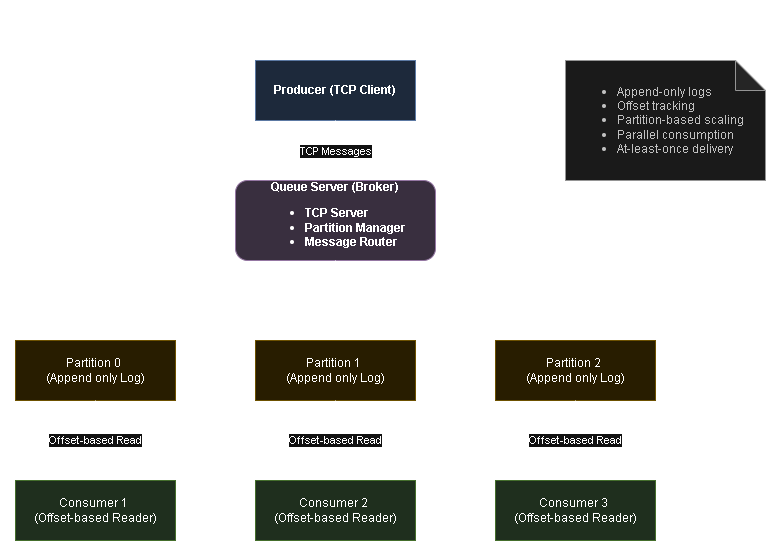
Above: Distributed_Message_Queue_Architecture_Diagram.png in karthik-k11/Distributed-queue-from-scratch (draw.io), before the change. Source tidied: cells renumbered, new cells last; positions are measured from the earlier drawing's top-left corner, leaving out a move shared by most shapes.
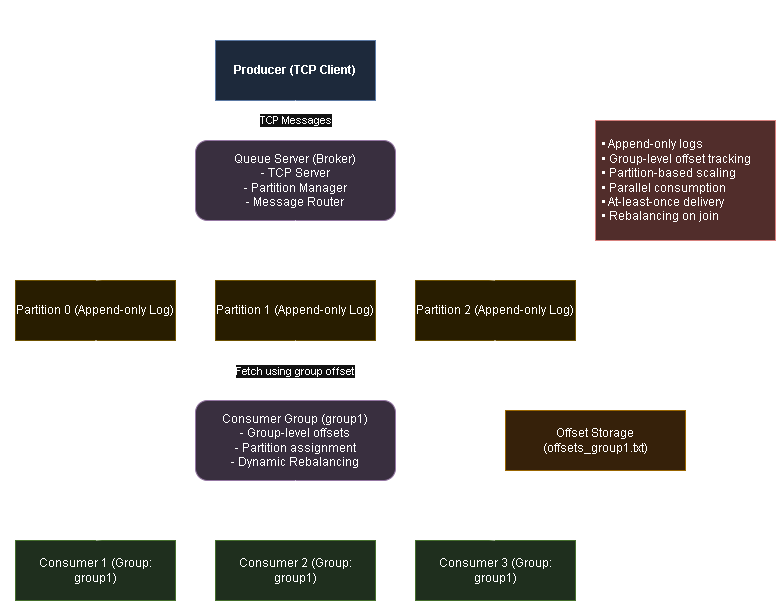
Later version of the same file.

Commit message:
Added architecture diagram with all the final implementation

What changed in the source:
```diff
@@ -3,83 +3,90 @@
     <mxCell id="0" />
     <mxCell id="1" parent="0" />
     <mxCell id="2" value="Producer (TCP Client)" style="rounded=0;whiteSpace=wrap;html=1;fillColor=#dae8fc;strokeColor=#6c8ebf;fontStyle=1;" parent="1" vertex="1">
-      <mxGeometry x="255" y="60" width="160" height="60" as="geometry" />
+      <mxGeometry x="235" y="40" width="160" height="60" as="geometry" />
     </mxCell>
-    <mxCell id="3" value="Queue Server (Broker)&lt;br&gt;&lt;ul&gt;&lt;li style=&quot;text-align: justify;&quot;&gt;TCP Server&lt;/li&gt;&lt;li style=&quot;text-align: justify;&quot;&gt;Partition Manager&lt;/li&gt;&lt;li style=&quot;text-align: justify;&quot;&gt;Message Router&lt;/li&gt;&lt;/ul&gt;" style="rounded=1;whiteSpace=wrap;html=1;fillColor=#e1d5e7;strokeColor=#9673a6;fontStyle=1;" parent="1" vertex="1">
-      <mxGeometry x="235" y="180" width="200" height="80" as="geometry" />
+    <mxCell id="3" value="Queue Server (Broker)&#10;- TCP Server&#10;- Partition Manager&#10;- Message Router" style="rounded=1;whiteSpace=wrap;html=1;fillColor=#e1d5e7;strokeColor=#9673a6;" parent="1" vertex="1">
+      <mxGeometry x="215" y="140" width="200" height="80" as="geometry" />
     </mxCell>
-    <mxCell id="4" value="Partition 0&amp;nbsp;&lt;div&gt;(Append only Log)&lt;/div&gt;" style="rounded=0;whiteSpace=wrap;html=1;fillColor=#fff2cc;strokeColor=#d6b656;" parent="1" vertex="1">
-      <mxGeometry x="15" y="340" width="160" height="60" as="geometry" />
+    <mxCell id="4" value="Partition 0 (Append-only Log)" style="rounded=0;whiteSpace=wrap;html=1;fillColor=#fff2cc;strokeColor=#d6b656;" parent="1" vertex="1">
+      <mxGeometry x="35" y="280" width="160" height="60" as="geometry" />
     </mxCell>
-    <mxCell id="5" value="Partition 1&amp;nbsp;&lt;div&gt;(Append only Log)&lt;/div&gt;" style="rounded=0;whiteSpace=wrap;html=1;fillColor=#fff2cc;strokeColor=#d6b656;" parent="1" vertex="1">
-      <mxGeometry x="255" y="340" width="160" height="60" as="geometry" />
+    <mxCell id="5" value="Partition 1 (Append-only Log)" style="rounded=0;whiteSpace=wrap;html=1;fillColor=#fff2cc;strokeColor=#d6b656;" parent="1" vertex="1">
+      <mxGeometry x="235" y="280" width="160" height="60" as="geometry" />
     </mxCell>
-    <mxCell id="6" value="Partition 2&amp;nbsp;&lt;div&gt;(Append only Log)&lt;/div&gt;" style="rounded=0;whiteSpace=wrap;html=1;fillColor=#fff2cc;strokeColor=#d6b656;" parent="1" vertex="1">
-      <mxGeometry x="495" y="340" width="160" height="60" as="geometry" />
+    <mxCell id="6" value="Partition 2 (Append-only Log)" style="rounded=0;whiteSpace=wrap;html=1;fillColor=#fff2cc;strokeColor=#d6b656;" parent="1" vertex="1">
+      <mxGeometry x="435" y="280" width="160" height="60" as="geometry" />
     </mxCell>
+    <mxCell id="23" style="edgeStyle=orthogonalEdgeStyle;rounded=0;jettySize=auto;html=1;" parent="1" edge="1" source="7" target="11">
+      <mxGeometry relative="1" as="geometry" />
+    </mxCell>
-    <mxCell id="7" value="Consumer 1&amp;nbsp;&lt;div&gt;(Offset-based Reader)&lt;/div&gt;" style="rounded=0;whiteSpace=wrap;html=1;fillColor=#d5e8d4;strokeColor=#82b366;" parent="1" vertex="1">
-      <mxGeometry x="15" y="480" width="160" height="60" as="geometry" />
+    <mxCell id="7" value="Consumer Group (group1)&lt;br&gt;- Group-level offsets&lt;br&gt;- Partition assignment&lt;br&gt;- Dynamic Rebalancing" style="rounded=1;whiteSpace=wrap;html=1;fillColor=#e1d5e7;strokeColor=#9673a6;" parent="1" vertex="1">
+      <mxGeometry x="215" y="400" width="200" height="80" as="geometry" />
     </mxCell>
-    <mxCell id="8" value="Consumer 2&amp;nbsp;&lt;div&gt;(Offset-based Reader)&lt;/div&gt;" style="rounded=0;whiteSpace=wrap;html=1;fillColor=#d5e8d4;strokeColor=#82b366;" parent="1" vertex="1">
-      <mxGeometry x="255" y="480" width="160" height="60" as="geometry" />
+    <mxCell id="8" value="Consumer 1 (Group: group1)" style="rounded=0;whiteSpace=wrap;html=1;fillColor=#d5e8d4;strokeColor=#82b366;" parent="1" vertex="1">
+      <mxGeometry x="35" y="540" width="160" height="60" as="geometry" />
     </mxCell>
-    <mxCell id="9" value="Consumer 3&amp;nbsp;&lt;div&gt;(Offset-based Reader)&lt;/div&gt;" style="rounded=0;whiteSpace=wrap;html=1;fillColor=#d5e8d4;strokeColor=#82b366;" parent="1" vertex="1">
-      <mxGeometry x="495" y="480" width="160" height="60" as="geometry" />
+    <mxCell id="9" value="Consumer 2 (Group: group1)" style="rounded=0;whiteSpace=wrap;html=1;fillColor=#d5e8d4;strokeColor=#82b366;" parent="1" vertex="1">
+      <mxGeometry x="235" y="540" width="160" height="60" as="geometry" />
     </mxCell>
-    <mxCell id="10" value="&lt;div style=&quot;text-align: justify;&quot;&gt;&lt;ul&gt;&lt;li&gt;&lt;span style=&quot;background-color: transparent; color: light-dark(rgb(51, 51, 51), rgb(193, 193, 193));&quot;&gt;Append-only logs&lt;/span&gt;&lt;/li&gt;&lt;li&gt;&lt;span style=&quot;background-color: transparent; color: light-dark(rgb(51, 51, 51), rgb(193, 193, 193));&quot;&gt;Offset tracking&lt;/span&gt;&lt;/li&gt;&lt;li&gt;&lt;span style=&quot;background-color: transparent; color: light-dark(rgb(51, 51, 51), rgb(193, 193, 193));&quot;&gt;Partition-based scaling&lt;/span&gt;&lt;/li&gt;&lt;li&gt;&lt;span style=&quot;background-color: transparent; color: light-dark(rgb(51, 51, 51), rgb(193, 193, 193));&quot;&gt;Parallel consumption&lt;/span&gt;&lt;/li&gt;&lt;li&gt;&lt;span style=&quot;background-color: transparent; color: light-dark(rgb(51, 51, 51), rgb(193, 193, 193));&quot;&gt;At-least-once delivery&lt;/span&gt;&lt;/li&gt;&lt;/ul&gt;&lt;/div&gt;" style="shape=note;whiteSpace=wrap;html=1;backgroundOutline=1;darkOpacity=0.05;fillColor=#f5f5f5;fontColor=#333333;strokeColor=#666666;align=left;spacingLeft=10;" parent="1" vertex="1">
-      <mxGeometry x="565" y="60" width="200" height="120" as="geometry" />
+    <mxCell id="10" value="Consumer 3 (Group: group1)" style="rounded=0;whiteSpace=wrap;html=1;fillColor=#d5e8d4;strokeColor=#82b366;" parent="1" vertex="1">
+      <mxGeometry x="435" y="540" width="160" height="60" as="geometry" />
     </mxCell>
-    <mxCell id="11" value="TCP Messages" style="endArrow=classic;html=1;exitX=0.5;exitY=1;exitDx=0;exitDy=0;entryX=0.5;entryY=0;entryDx=0;entryDy=0;" parent="1" edge="1" source="2" target="3">
-      <mxGeometry relative="1" as="geometry" />
+    <mxCell id="11" value="Offset Storage (offsets_group1.txt)" style="rounded=0;whiteSpace=wrap;html=1;fillColor=#ffe6cc;strokeColor=#d79b00;" parent="1" vertex="1">
+      <mxGeometry x="525" y="410" width="180" height="60" as="geometry" />
     </mxCell>
-    <mxCell id="12" value="Offset-based Read" style="endArrow=classic;html=1;exitX=0.5;exitY=1;exitDx=0;exitDy=0;entryX=0.5;entryY=0;entryDx=0;entryDy=0;" parent="1" edge="1" source="4" target="7">
-      <mxGeometry relative="1" as="geometry" />
-    </mxCell>
+    <mxCell id="24" value="• Append-only logs&#10;• Group-level offset tracking&#10;• Partition-based scaling&#10;• Parallel consumption&#10;• At-least-once delivery&#10;• Rebalancing on join" style="text;html=1;strokeColor=#b85450;fillColor=#f8cecc;align=left;verticalAlign=middle;whiteSpace=wrap;rounded=0;spacingLeft=5;" parent="1" vertex="1">
+      <mxGeometry x="615" y="120" width="180" height="120" as="geometry" />
+    </mxCell>
+    <mxCell id="25" value="TCP Messages" style="endArrow=classic;html=1;exitX=0.5;exitY=1;exitDx=0;exitDy=0;entryX=0.5;entryY=0;entryDx=0;entryDy=0;" parent="1" edge="1" source="2" target="3">
+      <mxGeometry relative="1" as="geometry" />
+    </mxCell>
+    <mxCell id="26" style="endArrow=classic;html=1;exitX=0;exitY=1;exitDx=0;exitDy=0;entryX=0.5;entryY=0;entryDx=0;entryDy=0;" parent="1" edge="1" source="3" target="4">
+      <mxGeometry relative="1" as="geometry" />
+    </mxCell>
-    <mxCell id="13" value="Offset-based Read" style="endArrow=classic;html=1;exitX=0.5;exitY=1;exitDx=0;exitDy=0;entryX=0.5;entryY=0;entryDx=0;entryDy=0;" parent="1" edge="1" source="5" target="8">
+    <mxCell id="13" style="endArrow=classic;html=1;exitX=1;exitY=1;exitDx=0;exitDy=0;entryX=0.5;entryY=0;entryDx=0;entryDy=0;" parent="1" edge="1" source="3" target="6">
       <mxGeometry relative="1" as="geometry" />
     </mxCell>
-    <mxCell id="14" value="Offset-based Read" style="endArrow=classic;html=1;exitX=0.5;exitY=1;exitDx=0;exitDy=0;entryX=0.5;entryY=0;entryDx=0;entryDy=0;" parent="1" edge="1" source="6" target="9">
+    <mxCell id="14" style="endArrow=classic;html=1;exitX=0.5;exitY=1;exitDx=0;exitDy=0;entryX=0;entryY=0;entryDx=0;entryDy=0;" parent="1" edge="1" source="4" target="7">
       <mxGeometry relative="1" as="geometry" />
     </mxCell>
-    <mxCell id="15" style="endArrow=none;html=1;rounded=0;" parent="1" edge="1">
-      <mxGeometry relative="1" as="geometry">
-        <mxPoint x="335" y="280" as="sourcePoint" />
-        <mxPoint x="335" y="260" as="targetPoint" />
-      </mxGeometry>
-    </mxCell>
-    <mxCell id="16" style="endArrow=none;html=1;rounded=0;" parent="1" edge="1">
-      <mxGeometry relative="1" as="geometry">
-        <mxPoint x="95" y="320" as="sourcePoint" />
-        <mxPoint x="575" y="320" as="targetPoint" />
-      </mxGeometry>
-    </mxCell>
-    <mxCell id="17" style="endArrow=classic;html=1;rounded=0;entryX=0.5;entryY=0;entryDx=0;entryDy=0;" parent="1" edge="1" target="6">
-      <mxGeometry relative="1" as="geometry">
-        <mxPoint x="575" y="320" as="sourcePoint" />
-      </mxGeometry>
-    </mxCell>
-    <mxCell id="18" style="endArrow=classic;html=1;rounded=0;entryX=0.5;entryY=0;entryDx=0;entryDy=0;" parent="1" edge="1">
-      <mxGeometry relative="1" as="geometry">
-        <mxPoint x="95" y="320" as="sourcePoint" />
-        <mxPoint x="94.8" y="340" as="targetPoint" />
-      </mxGeometry>
-    </mxCell>
-    <mxCell id="19" style="endArrow=classic;html=1;rounded=0;entryX=0.5;entryY=0;entryDx=0;entryDy=0;" parent="1" edge="1">
-      <mxGeometry relative="1" as="geometry">
-        <mxPoint x="335" y="320" as="sourcePoint" />
-        <mxPoint x="334.8" y="340" as="targetPoint" />
-      </mxGeometry>
-    </mxCell>
-    <mxCell id="20" value="&lt;font style=&quot;font-size: 11px;&quot;&gt;Round Robin&lt;/font&gt;" style="text;html=1;whiteSpace=wrap;strokeColor=none;fillColor=none;align=center;verticalAlign=middle;rounded=0;" parent="1" vertex="1">
-      <mxGeometry x="295" y="280" width="80" height="20" as="geometry" />
-    </mxCell>
-    <mxCell id="21" style="endArrow=none;html=1;rounded=0;" parent="1" edge="1" source="20">
-      <mxGeometry relative="1" as="geometry">
-        <mxPoint x="335" y="320" as="targetPoint" />
-      </mxGeometry>
-    </mxCell>
-    <mxCell id="22" value="&lt;font style=&quot;font-size: 22px;&quot;&gt;&lt;b&gt;Distributed Message Queue Architecture (Kafka-like System)&lt;/b&gt;&lt;/font&gt;" style="text;html=1;whiteSpace=wrap;strokeColor=none;fillColor=none;align=center;verticalAlign=middle;rounded=0;" parent="1" vertex="1">
-      <mxGeometry width="670" height="30" as="geometry" />
-    </mxCell>
+    <mxCell id="27" style="endArrow=classic;html=1;exitX=0.5;exitY=1;exitDx=0;exitDy=0;entryX=0.5;entryY=0;entryDx=0;entryDy=0;" parent="1" edge="1" source="5" target="7">
+      <mxGeometry relative="1" as="geometry" />
+    </mxCell>
+    <mxCell id="28" value="Fetch using group offset" style="edgeLabel;html=1;align=center;verticalAlign=middle;" parent="27" vertex="1">
+      <mxGeometry x="0.01" relative="1" as="geometry" />
+    </mxCell>
+    <mxCell id="29" style="endArrow=classic;html=1;exitX=0.5;exitY=1;exitDx=0;exitDy=0;entryX=1;entryY=0;entryDx=0;entryDy=0;" parent="1" edge="1" source="6" target="7">
+      <mxGeometry relative="1" as="geometry" />
+    </mxCell>
+    <mxCell id="30" style="endArrow=classic;html=1;exitX=0;exitY=1;exitDx=0;exitDy=0;entryX=0.5;entryY=0;entryDx=0;entryDy=0;" parent="1" edge="1" source="7" target="8">
+      <mxGeometry relative="1" as="geometry" />
+    </mxCell>
+    <mxCell id="31" style="endArrow=classic;html=1;exitX=0.5;exitY=1;exitDx=0;exitDy=0;entryX=0.5;entryY=0;entryDx=0;entryDy=0;" parent="1" edge="1" source="7" target="9">
+      <mxGeometry relative="1" as="geometry" />
+    </mxCell>
+    <mxCell id="32" style="endArrow=classic;html=1;exitX=1;exitY=1;exitDx=0;exitDy=0;entryX=0.5;entryY=0;entryDx=0;entryDy=0;" parent="1" edge="1" source="7" target="10">
+      <mxGeometry relative="1" as="geometry" />
+    </mxCell>
+    <mxCell id="33" style="endArrow=none;html=1;rounded=0;" parent="1" edge="1">
+      <mxGeometry relative="1" as="geometry">
+        <mxPoint x="315" y="240" as="sourcePoint" />
+        <mxPoint x="315" y="220" as="targetPoint" />
+      </mxGeometry>
+    </mxCell>
+    <mxCell id="34" value="Round-Robin (partitioning strategy)" style="text;html=1;whiteSpace=wrap;strokeColor=none;fillColor=none;align=center;verticalAlign=middle;rounded=0;" parent="1" vertex="1">
+      <mxGeometry x="215" y="230" width="207.5" height="30" as="geometry" />
+    </mxCell>
+    <mxCell id="35" style="endArrow=classic;html=1;rounded=0;entryX=0.5;entryY=0;entryDx=0;entryDy=0;" parent="1" edge="1" target="5">
+      <mxGeometry relative="1" as="geometry">
+        <mxPoint x="315" y="250" as="sourcePoint" />
+      </mxGeometry>
+    </mxCell>
+    <mxCell id="36" value="&lt;font style=&quot;font-size: 10px;&quot;&gt;Persist Offsets (on each consume)&lt;/font&gt;" style="text;html=1;whiteSpace=wrap;strokeColor=none;fillColor=none;align=center;verticalAlign=middle;rounded=0;" parent="1" vertex="1">
+      <mxGeometry x="422.5" y="410" width="92.5" height="30" as="geometry" />
+    </mxCell>
+    <mxCell id="37" value="&lt;font style=&quot;font-size: 14px;&quot;&gt;&lt;b&gt;Distributed Message Queue Architecture with Consumer Groups (Kafka-like System)&lt;/b&gt;&lt;/font&gt;" style="text;html=1;whiteSpace=wrap;strokeColor=none;fillColor=none;align=center;verticalAlign=middle;rounded=0;" parent="1" vertex="1">
+      <mxGeometry x="20" width="590" height="30" as="geometry" />
+    </mxCell>
   </root>
 </mxGraphModel>
```
